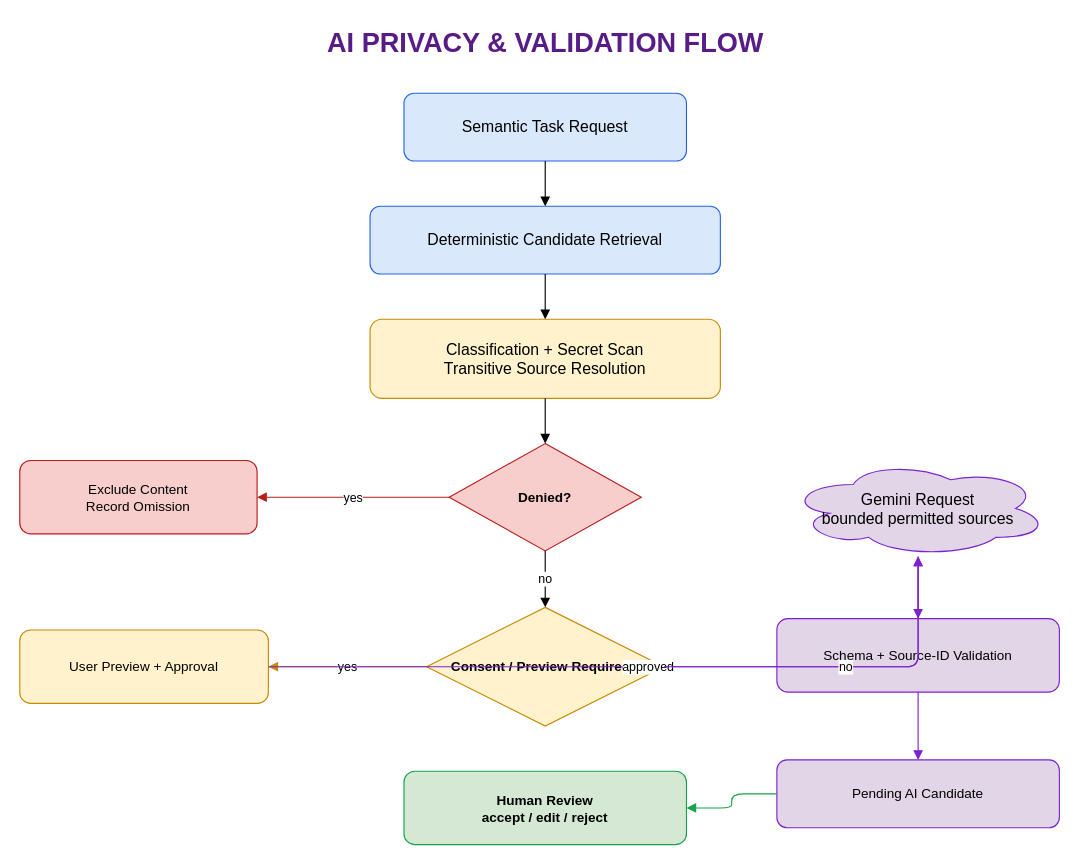
Earlier version of the draw.io diagram page "09 - AI Privacy & Validation" (9 of 10) of docs/diagrams/CONTINUUM-CP1-DIAGRAMS.drawio (WiefranVarenzo/Continuum). Source tidied: cells renumbered, new cells numbered last; positions are measured from the earlier drawing's top-left corner, leaving out a move shared by most shapes. Both pictures are drawn from the tidied source at 113%, with x=0, y=0 at pixel (19, 19).
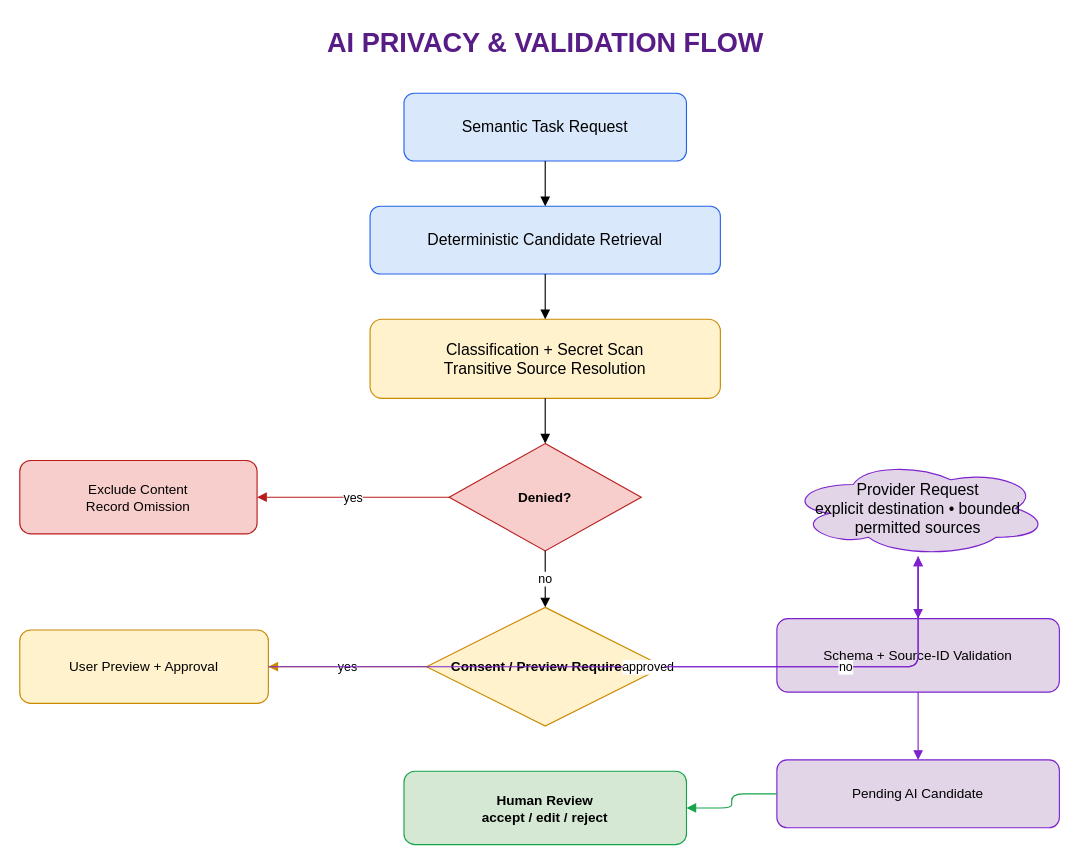
After the change.

What changed in the source:
```diff
@@
-    <mxCell id="10" value="Gemini Request&lt;br&gt;bounded permitted sources" style="shape=cloud;whiteSpace=wrap;html=1;fillColor=#E1D5E7;strokeColor=#7E22CE;fontSize=14;" parent="1" vertex="1">
+    <mxCell id="10" value="Provider Request&lt;br&gt;explicit destination • bounded permitted sources" style="shape=cloud;whiteSpace=wrap;html=1;fillColor=#E1D5E7;strokeColor=#7E22CE;fontSize=14;" parent="1" vertex="1">
       <mxGeometry x="680" y="390" width="230" height="85" as="geometry" />
     </mxCell>
```
